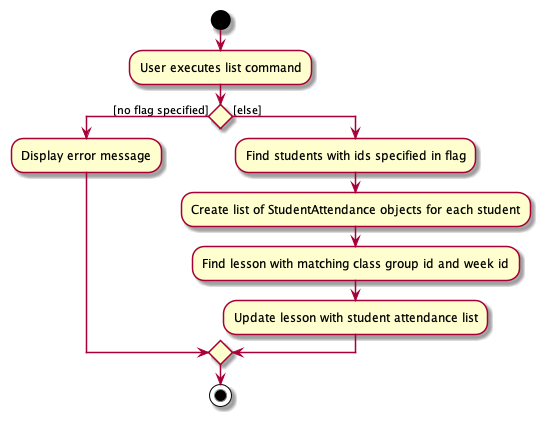
Above: docs/images/MarkUnmarkActivityDiagram.png in nus-cs2103-AY2122S2/tp (PlantUML), before the change. Its diagram source:
```plantuml
@startuml
start

:User executes list command;

if () then ([no flag specified])
    :Display error message;
else ([else])
    :Find students with ids specified in flag;
    :Create list of StudentAttendance objects for each student;
    :Find lesson with matching class group id and week id;
    :Update lesson with student attendance list;
endif
stop
@enduml
```
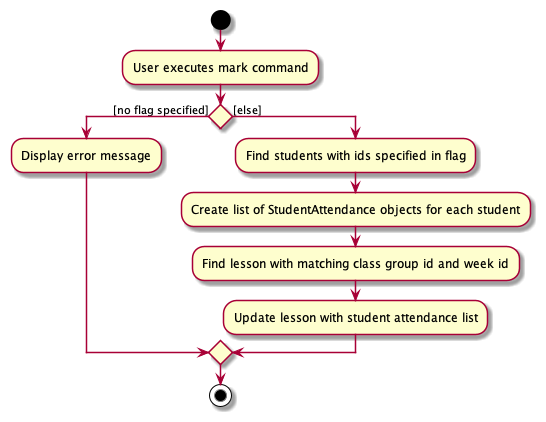
Later version of the same file.

The edit, as a diff of the source:
```diff
@@ -1,7 +1,7 @@
 @startuml
 start
 
-:User executes list command;
+:User executes mark command;
 
 if () then ([no flag specified])
     :Display error message;
```
